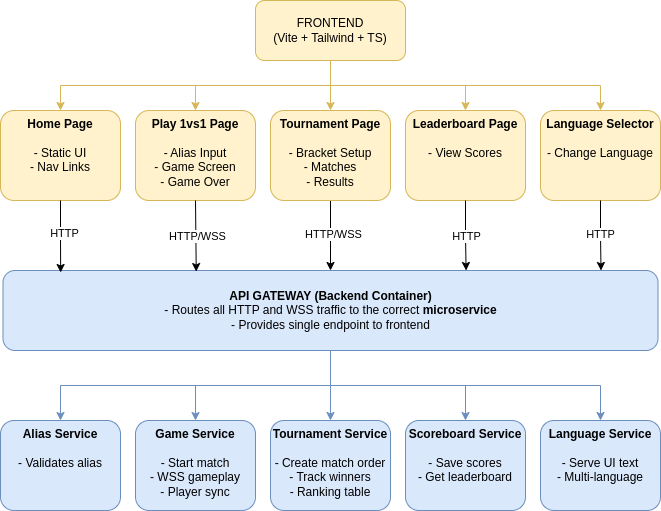
This is docs/FrontBackEnd.png from 3lsy/transcendence, a draw.io export, as it was before one commit. Source tidied: cells renumbered, new cells last; positions are measured from the earlier drawing's top-left corner, leaving out a move shared by most shapes. Source of this version:
```xml
<mxGraphModel>
  <root>
    <mxCell id="0" />
    <mxCell id="1" parent="0" />
    <mxCell id="2" style="edgeStyle=orthogonalEdgeStyle;rounded=0;jettySize=auto;html=1;exitX=0.5;exitY=1;exitDx=0;exitDy=0;entryX=0.5;entryY=0;entryDx=0;entryDy=0;fillColor=#fff2cc;strokeColor=#d6b656;" parent="1" edge="1" source="7" target="8">
      <mxGeometry relative="1" as="geometry" />
    </mxCell>
    <mxCell id="3" style="edgeStyle=orthogonalEdgeStyle;rounded=0;jettySize=auto;html=1;exitX=0.5;exitY=1;exitDx=0;exitDy=0;entryX=0.5;entryY=0;entryDx=0;entryDy=0;fillColor=#fff2cc;strokeColor=#d6b656;" parent="1" edge="1" source="7" target="9">
      <mxGeometry relative="1" as="geometry" />
    </mxCell>
    <mxCell id="4" style="edgeStyle=orthogonalEdgeStyle;rounded=0;jettySize=auto;html=1;exitX=0.5;exitY=1;exitDx=0;exitDy=0;entryX=0.5;entryY=0;entryDx=0;entryDy=0;fillColor=#fff2cc;strokeColor=#d6b656;" parent="1" edge="1" source="7" target="12">
      <mxGeometry relative="1" as="geometry" />
    </mxCell>
    <mxCell id="5" style="edgeStyle=orthogonalEdgeStyle;rounded=0;jettySize=auto;html=1;exitX=0.5;exitY=1;exitDx=0;exitDy=0;fillColor=#fff2cc;strokeColor=#d6b656;" parent="1" edge="1" source="7" target="13">
      <mxGeometry relative="1" as="geometry" />
    </mxCell>
    <mxCell id="6" style="edgeStyle=orthogonalEdgeStyle;rounded=0;jettySize=auto;html=1;exitX=0.5;exitY=1;exitDx=0;exitDy=0;entryX=0.5;entryY=0;entryDx=0;entryDy=0;fillColor=#fff2cc;strokeColor=#d6b656;" parent="1" edge="1" source="7" target="14">
      <mxGeometry relative="1" as="geometry" />
    </mxCell>
    <mxCell id="7" value="FRONTEND&lt;div&gt;(Vite + Tailwind + TS)&lt;/div&gt;" style="rounded=1;whiteSpace=wrap;html=1;fillColor=#fff2cc;strokeColor=#d6b656;" parent="1" vertex="1">
      <mxGeometry x="255" width="150" height="60" as="geometry" />
    </mxCell>
    <mxCell id="8" value="&lt;div style=&quot;&quot;&gt;&lt;span style=&quot;background-color: transparent; color: light-dark(rgb(0, 0, 0), rgb(255, 255, 255));&quot;&gt;&lt;b&gt;Home Page&lt;/b&gt;&lt;/span&gt;&lt;/div&gt;&lt;div style=&quot;&quot;&gt;&lt;span style=&quot;background-color: transparent; color: light-dark(rgb(0, 0, 0), rgb(255, 255, 255));&quot;&gt;&lt;b&gt;&lt;br&gt;&lt;/b&gt;&lt;/span&gt;&lt;/div&gt;&lt;div&gt;- Static UI&lt;/div&gt;&lt;div&gt;- Nav Links&lt;/div&gt;" style="rounded=1;whiteSpace=wrap;html=1;align=center;verticalAlign=top;fillColor=#fff2cc;strokeColor=#d6b656;" parent="1" vertex="1">
      <mxGeometry y="110" width="120" height="90" as="geometry" />
    </mxCell>
    <mxCell id="9" value="&lt;div style=&quot;&quot;&gt;&lt;span style=&quot;background-color: transparent; color: light-dark(rgb(0, 0, 0), rgb(255, 255, 255));&quot;&gt;&lt;b&gt;Play 1vs1 Page&lt;/b&gt;&lt;/span&gt;&lt;/div&gt;&lt;div style=&quot;&quot;&gt;&lt;span style=&quot;background-color: transparent; color: light-dark(rgb(0, 0, 0), rgb(255, 255, 255));&quot;&gt;&lt;b&gt;&lt;br&gt;&lt;/b&gt;&lt;/span&gt;&lt;/div&gt;&lt;div style=&quot;&quot;&gt;&lt;span style=&quot;background-color: transparent; color: light-dark(rgb(0, 0, 0), rgb(255, 255, 255));&quot;&gt;- Alias Input&lt;/span&gt;&lt;/div&gt;&lt;div style=&quot;&quot;&gt;&lt;span style=&quot;background-color: transparent; color: light-dark(rgb(0, 0, 0), rgb(255, 255, 255));&quot;&gt;- Game Screen&lt;/span&gt;&lt;/div&gt;&lt;div style=&quot;&quot;&gt;&lt;span style=&quot;background-color: transparent; color: light-dark(rgb(0, 0, 0), rgb(255, 255, 255));&quot;&gt;- Game Over&lt;/span&gt;&lt;/div&gt;" style="rounded=1;whiteSpace=wrap;html=1;align=center;verticalAlign=top;fillColor=#fff2cc;strokeColor=#d6b656;" parent="1" vertex="1">
      <mxGeometry x="135" y="110" width="120" height="90" as="geometry" />
    </mxCell>
    <mxCell id="10" style="edgeStyle=orthogonalEdgeStyle;rounded=0;jettySize=auto;html=1;exitX=0.5;exitY=1;exitDx=0;exitDy=0;entryX=0.5;entryY=0;entryDx=0;entryDy=0;" parent="1" edge="1" source="12" target="20">
      <mxGeometry relative="1" as="geometry" />
    </mxCell>
    <mxCell id="11" value="HTTP/WSS" style="edgeLabel;html=1;align=center;verticalAlign=middle;" parent="10" vertex="1">
      <mxGeometry x="-0.06" y="2" relative="1" as="geometry" />
    </mxCell>
    <mxCell id="12" value="&lt;div style=&quot;&quot;&gt;&lt;b&gt;Tournament Page&lt;/b&gt;&lt;/div&gt;&lt;div style=&quot;&quot;&gt;&lt;b&gt;&lt;br&gt;&lt;/b&gt;&lt;/div&gt;&lt;div style=&quot;&quot;&gt;&lt;span style=&quot;background-color: transparent; color: light-dark(rgb(0, 0, 0), rgb(255, 255, 255));&quot;&gt;- Bracket Setup&lt;/span&gt;&lt;/div&gt;&lt;div style=&quot;&quot;&gt;&lt;span style=&quot;background-color: transparent; color: light-dark(rgb(0, 0, 0), rgb(255, 255, 255));&quot;&gt;- Matches&lt;/span&gt;&lt;/div&gt;&lt;div style=&quot;&quot;&gt;&lt;span style=&quot;background-color: transparent; color: light-dark(rgb(0, 0, 0), rgb(255, 255, 255));&quot;&gt;- Results&lt;/span&gt;&lt;/div&gt;" style="rounded=1;whiteSpace=wrap;html=1;align=center;verticalAlign=top;fillColor=#fff2cc;strokeColor=#d6b656;" parent="1" vertex="1">
      <mxGeometry x="270" y="110" width="120" height="90" as="geometry" />
    </mxCell>
    <mxCell id="13" value="&lt;div style=&quot;&quot;&gt;&lt;span style=&quot;background-color: transparent; color: light-dark(rgb(0, 0, 0), rgb(255, 255, 255));&quot;&gt;&lt;b&gt;Leaderboard Page&lt;/b&gt;&lt;/span&gt;&lt;/div&gt;&lt;div style=&quot;&quot;&gt;&lt;span style=&quot;background-color: transparent; color: light-dark(rgb(0, 0, 0), rgb(255, 255, 255));&quot;&gt;&lt;b&gt;&lt;br&gt;&lt;/b&gt;&lt;/span&gt;&lt;/div&gt;&lt;div&gt;- View Scores&lt;/div&gt;" style="rounded=1;whiteSpace=wrap;html=1;align=center;verticalAlign=top;fillColor=#fff2cc;strokeColor=#d6b656;" parent="1" vertex="1">
      <mxGeometry x="405" y="110" width="120" height="90" as="geometry" />
    </mxCell>
    <mxCell id="14" value="&lt;div style=&quot;&quot;&gt;&lt;span style=&quot;background-color: transparent; color: light-dark(rgb(0, 0, 0), rgb(255, 255, 255));&quot;&gt;&lt;b&gt;Language Selector&lt;/b&gt;&lt;/span&gt;&lt;/div&gt;&lt;div style=&quot;&quot;&gt;&lt;span style=&quot;background-color: transparent; color: light-dark(rgb(0, 0, 0), rgb(255, 255, 255));&quot;&gt;&lt;b&gt;&lt;br&gt;&lt;/b&gt;&lt;/span&gt;&lt;/div&gt;&lt;div&gt;- Change Language&lt;/div&gt;" style="rounded=1;whiteSpace=wrap;html=1;align=center;verticalAlign=top;fillColor=#fff2cc;strokeColor=#d6b656;" parent="1" vertex="1">
      <mxGeometry x="540" y="110" width="120" height="90" as="geometry" />
    </mxCell>
    <mxCell id="15" style="edgeStyle=orthogonalEdgeStyle;rounded=0;jettySize=auto;html=1;exitX=0.5;exitY=1;exitDx=0;exitDy=0;fillColor=#dae8fc;strokeColor=#6c8ebf;" parent="1" edge="1" source="20" target="21">
      <mxGeometry relative="1" as="geometry" />
    </mxCell>
    <mxCell id="16" style="edgeStyle=orthogonalEdgeStyle;rounded=0;jettySize=auto;html=1;exitX=0.5;exitY=1;exitDx=0;exitDy=0;fillColor=#dae8fc;strokeColor=#6c8ebf;" parent="1" edge="1" source="20" target="22">
      <mxGeometry relative="1" as="geometry" />
    </mxCell>
    <mxCell id="17" style="edgeStyle=orthogonalEdgeStyle;rounded=0;jettySize=auto;html=1;exitX=0.5;exitY=1;exitDx=0;exitDy=0;fillColor=#dae8fc;strokeColor=#6c8ebf;" parent="1" edge="1" source="20" target="23">
      <mxGeometry relative="1" as="geometry" />
    </mxCell>
    <mxCell id="18" style="edgeStyle=orthogonalEdgeStyle;rounded=0;jettySize=auto;html=1;exitX=0.5;exitY=1;exitDx=0;exitDy=0;fillColor=#dae8fc;strokeColor=#6c8ebf;" parent="1" edge="1" source="20" target="24">
      <mxGeometry relative="1" as="geometry" />
    </mxCell>
    <mxCell id="19" style="edgeStyle=orthogonalEdgeStyle;rounded=0;jettySize=auto;html=1;exitX=0.5;exitY=1;exitDx=0;exitDy=0;fillColor=#dae8fc;strokeColor=#6c8ebf;" parent="1" edge="1" source="20" target="25">
      <mxGeometry relative="1" as="geometry" />
    </mxCell>
    <mxCell id="20" value="&lt;b&gt;API GATEWAY (Backend Container)&lt;/b&gt;&lt;div&gt;- Routes all HTTP and WSS&amp;nbsp;traffic to the correct &lt;b&gt;microservice&lt;/b&gt;&lt;/div&gt;&lt;div&gt;- Provides single endpoint to frontend&lt;/div&gt;" style="rounded=1;whiteSpace=wrap;html=1;fillColor=#dae8fc;strokeColor=#6c8ebf;" parent="1" vertex="1">
      <mxGeometry x="2.5" y="270" width="655" height="80" as="geometry" />
    </mxCell>
    <mxCell id="21" value="&lt;div style=&quot;&quot;&gt;&lt;b&gt;Alias Service&lt;/b&gt;&lt;/div&gt;&lt;div style=&quot;&quot;&gt;&lt;span style=&quot;background-color: transparent; color: light-dark(rgb(0, 0, 0), rgb(255, 255, 255));&quot;&gt;&lt;b&gt;&lt;br&gt;&lt;/b&gt;&lt;/span&gt;&lt;/div&gt;&lt;div&gt;- Validates alias&lt;/div&gt;" style="rounded=1;whiteSpace=wrap;html=1;align=center;verticalAlign=top;fillColor=#dae8fc;strokeColor=#6c8ebf;" parent="1" vertex="1">
      <mxGeometry y="420" width="120" height="90" as="geometry" />
    </mxCell>
    <mxCell id="22" value="&lt;div style=&quot;&quot;&gt;&lt;b&gt;Game Service&lt;/b&gt;&lt;/div&gt;&lt;div style=&quot;&quot;&gt;&lt;span style=&quot;background-color: transparent; color: light-dark(rgb(0, 0, 0), rgb(255, 255, 255));&quot;&gt;&lt;b&gt;&lt;br&gt;&lt;/b&gt;&lt;/span&gt;&lt;/div&gt;&lt;div&gt;- Start match&lt;/div&gt;&lt;div&gt;- WSS gameplay&lt;/div&gt;&lt;div&gt;- Player sync&lt;/div&gt;" style="rounded=1;whiteSpace=wrap;html=1;align=center;verticalAlign=top;fillColor=#dae8fc;strokeColor=#6c8ebf;" parent="1" vertex="1">
      <mxGeometry x="135" y="420" width="120" height="90" as="geometry" />
    </mxCell>
    <mxCell id="23" value="&lt;div style=&quot;&quot;&gt;&lt;b&gt;Tournament Service&lt;/b&gt;&lt;/div&gt;&lt;div style=&quot;&quot;&gt;&lt;span style=&quot;background-color: transparent; color: light-dark(rgb(0, 0, 0), rgb(255, 255, 255));&quot;&gt;&lt;b&gt;&lt;br&gt;&lt;/b&gt;&lt;/span&gt;&lt;/div&gt;&lt;div style=&quot;&quot;&gt;- Create match order&lt;/div&gt;&lt;div&gt;- Track winners&lt;/div&gt;&lt;div&gt;- Ranking table&lt;/div&gt;" style="rounded=1;whiteSpace=wrap;html=1;align=center;verticalAlign=top;fillColor=#dae8fc;strokeColor=#6c8ebf;" parent="1" vertex="1">
      <mxGeometry x="270" y="420" width="120" height="90" as="geometry" />
    </mxCell>
    <mxCell id="24" value="&lt;div style=&quot;&quot;&gt;&lt;b&gt;Scoreboard Service&lt;/b&gt;&lt;/div&gt;&lt;div style=&quot;&quot;&gt;&lt;span style=&quot;background-color: transparent; color: light-dark(rgb(0, 0, 0), rgb(255, 255, 255));&quot;&gt;&lt;b&gt;&lt;br&gt;&lt;/b&gt;&lt;/span&gt;&lt;/div&gt;&lt;div&gt;- Save scores&lt;/div&gt;&lt;div&gt;- Get leaderboard&lt;/div&gt;" style="rounded=1;whiteSpace=wrap;html=1;align=center;verticalAlign=top;fillColor=#dae8fc;strokeColor=#6c8ebf;" parent="1" vertex="1">
      <mxGeometry x="405" y="420" width="120" height="90" as="geometry" />
    </mxCell>
    <mxCell id="25" value="&lt;div style=&quot;&quot;&gt;&lt;b&gt;Language Service&lt;/b&gt;&lt;/div&gt;&lt;div style=&quot;&quot;&gt;&lt;span style=&quot;background-color: transparent; color: light-dark(rgb(0, 0, 0), rgb(255, 255, 255));&quot;&gt;&lt;b&gt;&lt;br&gt;&lt;/b&gt;&lt;/span&gt;&lt;/div&gt;&lt;div&gt;- Serve UI text&lt;/div&gt;&lt;div&gt;- Multi-language&lt;/div&gt;" style="rounded=1;whiteSpace=wrap;html=1;align=center;verticalAlign=top;fillColor=#dae8fc;strokeColor=#6c8ebf;" parent="1" vertex="1">
      <mxGeometry x="540" y="420" width="120" height="90" as="geometry" />
    </mxCell>
    <mxCell id="26" style="edgeStyle=orthogonalEdgeStyle;rounded=0;jettySize=auto;html=1;exitX=0.5;exitY=1;exitDx=0;exitDy=0;entryX=0.088;entryY=0.025;entryDx=0;entryDy=0;entryPerimeter=0;" parent="1" edge="1" source="8" target="20">
      <mxGeometry relative="1" as="geometry" />
    </mxCell>
    <mxCell id="27" value="HTTP" style="edgeLabel;html=1;align=center;verticalAlign=middle;" parent="26" vertex="1">
      <mxGeometry x="-0.09" y="3" relative="1" as="geometry">
        <mxPoint y="-1" as="offset" />
      </mxGeometry>
    </mxCell>
    <mxCell id="28" style="rounded=0;jettySize=auto;html=1;exitX=0.5;exitY=1;exitDx=0;exitDy=0;entryX=0.295;entryY=0.013;entryDx=0;entryDy=0;entryPerimeter=0;" parent="1" edge="1" source="9" target="20">
      <mxGeometry relative="1" as="geometry" />
    </mxCell>
    <mxCell id="29" value="HTTP/WSS" style="edgeLabel;html=1;align=center;verticalAlign=middle;" parent="28" vertex="1">
      <mxGeometry y="1" relative="1" as="geometry" />
    </mxCell>
    <mxCell id="30" style="edgeStyle=orthogonalEdgeStyle;rounded=0;jettySize=auto;html=1;exitX=0.5;exitY=1;exitDx=0;exitDy=0;entryX=0.707;entryY=0;entryDx=0;entryDy=0;entryPerimeter=0;" parent="1" edge="1" source="13" target="20">
      <mxGeometry relative="1" as="geometry" />
    </mxCell>
    <mxCell id="31" value="HTTP" style="edgeLabel;html=1;align=center;verticalAlign=middle;" parent="30" vertex="1">
      <mxGeometry x="-0.01" y="-1" relative="1" as="geometry">
        <mxPoint y="-1" as="offset" />
      </mxGeometry>
    </mxCell>
    <mxCell id="32" style="edgeStyle=orthogonalEdgeStyle;rounded=0;jettySize=auto;html=1;exitX=0.5;exitY=1;exitDx=0;exitDy=0;entryX=0.913;entryY=0;entryDx=0;entryDy=0;entryPerimeter=0;" parent="1" edge="1" source="14" target="20">
      <mxGeometry relative="1" as="geometry" />
    </mxCell>
    <mxCell id="33" value="HTTP" style="edgeLabel;html=1;align=center;verticalAlign=middle;" parent="32" vertex="1">
      <mxGeometry x="-0.07" y="-1" relative="1" as="geometry" />
    </mxCell>
  </root>
</mxGraphModel>
```
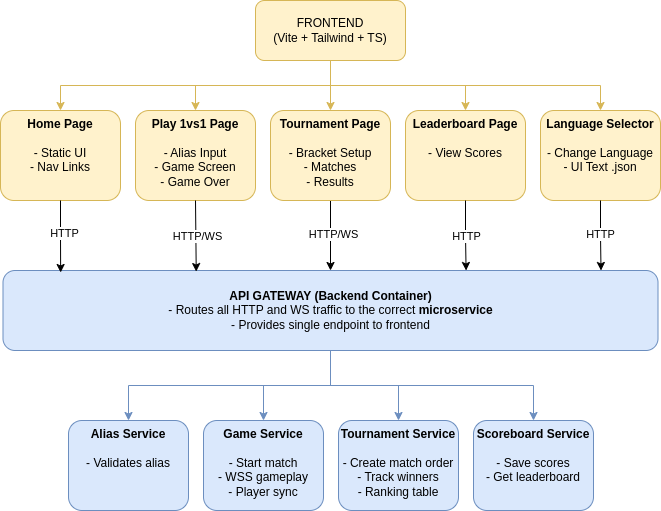
The same file after the commit.

The edit, as a diff of the source:
```diff
@@ -29,7 +29,7 @@
     <mxCell id="10" style="edgeStyle=orthogonalEdgeStyle;rounded=0;jettySize=auto;html=1;exitX=0.5;exitY=1;exitDx=0;exitDy=0;entryX=0.5;entryY=0;entryDx=0;entryDy=0;" parent="1" edge="1" source="12" target="20">
       <mxGeometry relative="1" as="geometry" />
     </mxCell>
-    <mxCell id="11" value="HTTP/WSS" style="edgeLabel;html=1;align=center;verticalAlign=middle;" parent="10" vertex="1">
+    <mxCell id="11" value="HTTP/WS" style="edgeLabel;html=1;align=center;verticalAlign=middle;" parent="10" vertex="1">
       <mxGeometry x="-0.06" y="2" relative="1" as="geometry" />
     </mxCell>
     <mxCell id="12" value="&lt;div style=&quot;&quot;&gt;&lt;b&gt;Tournament Page&lt;/b&gt;&lt;/div&gt;&lt;div style=&quot;&quot;&gt;&lt;b&gt;&lt;br&gt;&lt;/b&gt;&lt;/div&gt;&lt;div style=&quot;&quot;&gt;&lt;span style=&quot;background-color: transparent; color: light-dark(rgb(0, 0, 0), rgb(255, 255, 255));&quot;&gt;- Bracket Setup&lt;/span&gt;&lt;/div&gt;&lt;div style=&quot;&quot;&gt;&lt;span style=&quot;background-color: transparent; color: light-dark(rgb(0, 0, 0), rgb(255, 255, 255));&quot;&gt;- Matches&lt;/span&gt;&lt;/div&gt;&lt;div style=&quot;&quot;&gt;&lt;span style=&quot;background-color: transparent; color: light-dark(rgb(0, 0, 0), rgb(255, 255, 255));&quot;&gt;- Results&lt;/span&gt;&lt;/div&gt;" style="rounded=1;whiteSpace=wrap;html=1;align=center;verticalAlign=top;fillColor=#fff2cc;strokeColor=#d6b656;" parent="1" vertex="1">
@@ -38,7 +38,7 @@
     <mxCell id="13" value="&lt;div style=&quot;&quot;&gt;&lt;span style=&quot;background-color: transparent; color: light-dark(rgb(0, 0, 0), rgb(255, 255, 255));&quot;&gt;&lt;b&gt;Leaderboard Page&lt;/b&gt;&lt;/span&gt;&lt;/div&gt;&lt;div style=&quot;&quot;&gt;&lt;span style=&quot;background-color: transparent; color: light-dark(rgb(0, 0, 0), rgb(255, 255, 255));&quot;&gt;&lt;b&gt;&lt;br&gt;&lt;/b&gt;&lt;/span&gt;&lt;/div&gt;&lt;div&gt;- View Scores&lt;/div&gt;" style="rounded=1;whiteSpace=wrap;html=1;align=center;verticalAlign=top;fillColor=#fff2cc;strokeColor=#d6b656;" parent="1" vertex="1">
       <mxGeometry x="405" y="110" width="120" height="90" as="geometry" />
     </mxCell>
-    <mxCell id="14" value="&lt;div style=&quot;&quot;&gt;&lt;span style=&quot;background-color: transparent; color: light-dark(rgb(0, 0, 0), rgb(255, 255, 255));&quot;&gt;&lt;b&gt;Language Selector&lt;/b&gt;&lt;/span&gt;&lt;/div&gt;&lt;div style=&quot;&quot;&gt;&lt;span style=&quot;background-color: transparent; color: light-dark(rgb(0, 0, 0), rgb(255, 255, 255));&quot;&gt;&lt;b&gt;&lt;br&gt;&lt;/b&gt;&lt;/span&gt;&lt;/div&gt;&lt;div&gt;- Change Language&lt;/div&gt;" style="rounded=1;whiteSpace=wrap;html=1;align=center;verticalAlign=top;fillColor=#fff2cc;strokeColor=#d6b656;" parent="1" vertex="1">
+    <mxCell id="14" value="&lt;div style=&quot;&quot;&gt;&lt;span style=&quot;background-color: transparent; color: light-dark(rgb(0, 0, 0), rgb(255, 255, 255));&quot;&gt;&lt;b&gt;Language Selector&lt;/b&gt;&lt;/span&gt;&lt;/div&gt;&lt;div style=&quot;&quot;&gt;&lt;span style=&quot;background-color: transparent; color: light-dark(rgb(0, 0, 0), rgb(255, 255, 255));&quot;&gt;&lt;b&gt;&lt;br&gt;&lt;/b&gt;&lt;/span&gt;&lt;/div&gt;&lt;div&gt;- Change Language&lt;/div&gt;&lt;div&gt;- UI Text .json&lt;/div&gt;" style="rounded=1;whiteSpace=wrap;html=1;align=center;verticalAlign=top;fillColor=#fff2cc;strokeColor=#d6b656;" parent="1" vertex="1">
       <mxGeometry x="540" y="110" width="120" height="90" as="geometry" />
     </mxCell>
     <mxCell id="15" style="edgeStyle=orthogonalEdgeStyle;rounded=0;jettySize=auto;html=1;exitX=0.5;exitY=1;exitDx=0;exitDy=0;fillColor=#dae8fc;strokeColor=#6c8ebf;" parent="1" edge="1" source="20" target="21">
@@ -53,27 +53,21 @@
     <mxCell id="18" style="edgeStyle=orthogonalEdgeStyle;rounded=0;jettySize=auto;html=1;exitX=0.5;exitY=1;exitDx=0;exitDy=0;fillColor=#dae8fc;strokeColor=#6c8ebf;" parent="1" edge="1" source="20" target="24">
       <mxGeometry relative="1" as="geometry" />
     </mxCell>
-    <mxCell id="19" style="edgeStyle=orthogonalEdgeStyle;rounded=0;jettySize=auto;html=1;exitX=0.5;exitY=1;exitDx=0;exitDy=0;fillColor=#dae8fc;strokeColor=#6c8ebf;" parent="1" edge="1" source="20" target="25">
-      <mxGeometry relative="1" as="geometry" />
-    </mxCell>
-    <mxCell id="20" value="&lt;b&gt;API GATEWAY (Backend Container)&lt;/b&gt;&lt;div&gt;- Routes all HTTP and WSS&amp;nbsp;traffic to the correct &lt;b&gt;microservice&lt;/b&gt;&lt;/div&gt;&lt;div&gt;- Provides single endpoint to frontend&lt;/div&gt;" style="rounded=1;whiteSpace=wrap;html=1;fillColor=#dae8fc;strokeColor=#6c8ebf;" parent="1" vertex="1">
+    <mxCell id="20" value="&lt;b&gt;API GATEWAY (Backend Container)&lt;/b&gt;&lt;div&gt;- Routes all HTTP and WS&amp;nbsp;traffic to the correct &lt;b&gt;microservice&lt;/b&gt;&lt;/div&gt;&lt;div&gt;- Provides single endpoint to frontend&lt;/div&gt;" style="rounded=1;whiteSpace=wrap;html=1;fillColor=#dae8fc;strokeColor=#6c8ebf;" parent="1" vertex="1">
       <mxGeometry x="2.5" y="270" width="655" height="80" as="geometry" />
     </mxCell>
     <mxCell id="21" value="&lt;div style=&quot;&quot;&gt;&lt;b&gt;Alias Service&lt;/b&gt;&lt;/div&gt;&lt;div style=&quot;&quot;&gt;&lt;span style=&quot;background-color: transparent; color: light-dark(rgb(0, 0, 0), rgb(255, 255, 255));&quot;&gt;&lt;b&gt;&lt;br&gt;&lt;/b&gt;&lt;/span&gt;&lt;/div&gt;&lt;div&gt;- Validates alias&lt;/div&gt;" style="rounded=1;whiteSpace=wrap;html=1;align=center;verticalAlign=top;fillColor=#dae8fc;strokeColor=#6c8ebf;" parent="1" vertex="1">
-      <mxGeometry y="420" width="120" height="90" as="geometry" />
+      <mxGeometry x="68" y="420" width="120" height="90" as="geometry" />
     </mxCell>
     <mxCell id="22" value="&lt;div style=&quot;&quot;&gt;&lt;b&gt;Game Service&lt;/b&gt;&lt;/div&gt;&lt;div style=&quot;&quot;&gt;&lt;span style=&quot;background-color: transparent; color: light-dark(rgb(0, 0, 0), rgb(255, 255, 255));&quot;&gt;&lt;b&gt;&lt;br&gt;&lt;/b&gt;&lt;/span&gt;&lt;/div&gt;&lt;div&gt;- Start match&lt;/div&gt;&lt;div&gt;- WSS gameplay&lt;/div&gt;&lt;div&gt;- Player sync&lt;/div&gt;" style="rounded=1;whiteSpace=wrap;html=1;align=center;verticalAlign=top;fillColor=#dae8fc;strokeColor=#6c8ebf;" parent="1" vertex="1">
-      <mxGeometry x="135" y="420" width="120" height="90" as="geometry" />
+      <mxGeometry x="203" y="420" width="120" height="90" as="geometry" />
     </mxCell>
     <mxCell id="23" value="&lt;div style=&quot;&quot;&gt;&lt;b&gt;Tournament Service&lt;/b&gt;&lt;/div&gt;&lt;div style=&quot;&quot;&gt;&lt;span style=&quot;background-color: transparent; color: light-dark(rgb(0, 0, 0), rgb(255, 255, 255));&quot;&gt;&lt;b&gt;&lt;br&gt;&lt;/b&gt;&lt;/span&gt;&lt;/div&gt;&lt;div style=&quot;&quot;&gt;- Create match order&lt;/div&gt;&lt;div&gt;- Track winners&lt;/div&gt;&lt;div&gt;- Ranking table&lt;/div&gt;" style="rounded=1;whiteSpace=wrap;html=1;align=center;verticalAlign=top;fillColor=#dae8fc;strokeColor=#6c8ebf;" parent="1" vertex="1">
-      <mxGeometry x="270" y="420" width="120" height="90" as="geometry" />
+      <mxGeometry x="338" y="420" width="120" height="90" as="geometry" />
     </mxCell>
     <mxCell id="24" value="&lt;div style=&quot;&quot;&gt;&lt;b&gt;Scoreboard Service&lt;/b&gt;&lt;/div&gt;&lt;div style=&quot;&quot;&gt;&lt;span style=&quot;background-color: transparent; color: light-dark(rgb(0, 0, 0), rgb(255, 255, 255));&quot;&gt;&lt;b&gt;&lt;br&gt;&lt;/b&gt;&lt;/span&gt;&lt;/div&gt;&lt;div&gt;- Save scores&lt;/div&gt;&lt;div&gt;- Get leaderboard&lt;/div&gt;" style="rounded=1;whiteSpace=wrap;html=1;align=center;verticalAlign=top;fillColor=#dae8fc;strokeColor=#6c8ebf;" parent="1" vertex="1">
-      <mxGeometry x="405" y="420" width="120" height="90" as="geometry" />
+      <mxGeometry x="473" y="420" width="120" height="90" as="geometry" />
     </mxCell>
-    <mxCell id="25" value="&lt;div style=&quot;&quot;&gt;&lt;b&gt;Language Service&lt;/b&gt;&lt;/div&gt;&lt;div style=&quot;&quot;&gt;&lt;span style=&quot;background-color: transparent; color: light-dark(rgb(0, 0, 0), rgb(255, 255, 255));&quot;&gt;&lt;b&gt;&lt;br&gt;&lt;/b&gt;&lt;/span&gt;&lt;/div&gt;&lt;div&gt;- Serve UI text&lt;/div&gt;&lt;div&gt;- Multi-language&lt;/div&gt;" style="rounded=1;whiteSpace=wrap;html=1;align=center;verticalAlign=top;fillColor=#dae8fc;strokeColor=#6c8ebf;" parent="1" vertex="1">
-      <mxGeometry x="540" y="420" width="120" height="90" as="geometry" />
-    </mxCell>
     <mxCell id="26" style="edgeStyle=orthogonalEdgeStyle;rounded=0;jettySize=auto;html=1;exitX=0.5;exitY=1;exitDx=0;exitDy=0;entryX=0.088;entryY=0.025;entryDx=0;entryDy=0;entryPerimeter=0;" parent="1" edge="1" source="8" target="20">
       <mxGeometry relative="1" as="geometry" />
     </mxCell>
@@ -85,7 +79,7 @@
     <mxCell id="28" style="rounded=0;jettySize=auto;html=1;exitX=0.5;exitY=1;exitDx=0;exitDy=0;entryX=0.295;entryY=0.013;entryDx=0;entryDy=0;entryPerimeter=0;" parent="1" edge="1" source="9" target="20">
       <mxGeometry relative="1" as="geometry" />
     </mxCell>
-    <mxCell id="29" value="HTTP/WSS" style="edgeLabel;html=1;align=center;verticalAlign=middle;" parent="28" vertex="1">
+    <mxCell id="29" value="HTTP/WS" style="edgeLabel;html=1;align=center;verticalAlign=middle;" parent="28" vertex="1">
       <mxGeometry y="1" relative="1" as="geometry" />
     </mxCell>
     <mxCell id="30" style="edgeStyle=orthogonalEdgeStyle;rounded=0;jettySize=auto;html=1;exitX=0.5;exitY=1;exitDx=0;exitDy=0;entryX=0.707;entryY=0;entryDx=0;entryDy=0;entryPerimeter=0;" parent="1" edge="1" source="13" target="20">
```
